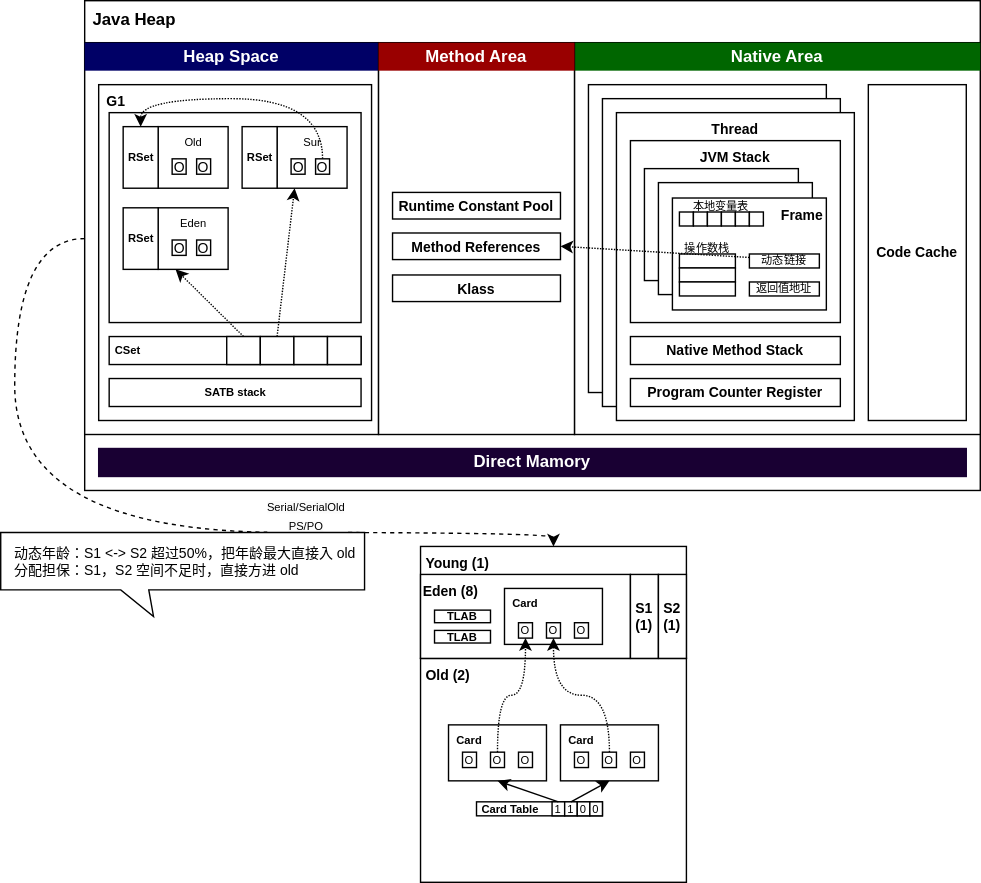
Above: Java/JVM/images/20-jvm_data_runtime-area.drawio.svg in jill-poon/mynote (draw.io), before the change. Source tidied: cells renumbered, new cells last; positions are measured from the earlier drawing's top-left corner, leaving out a move shared by most shapes.
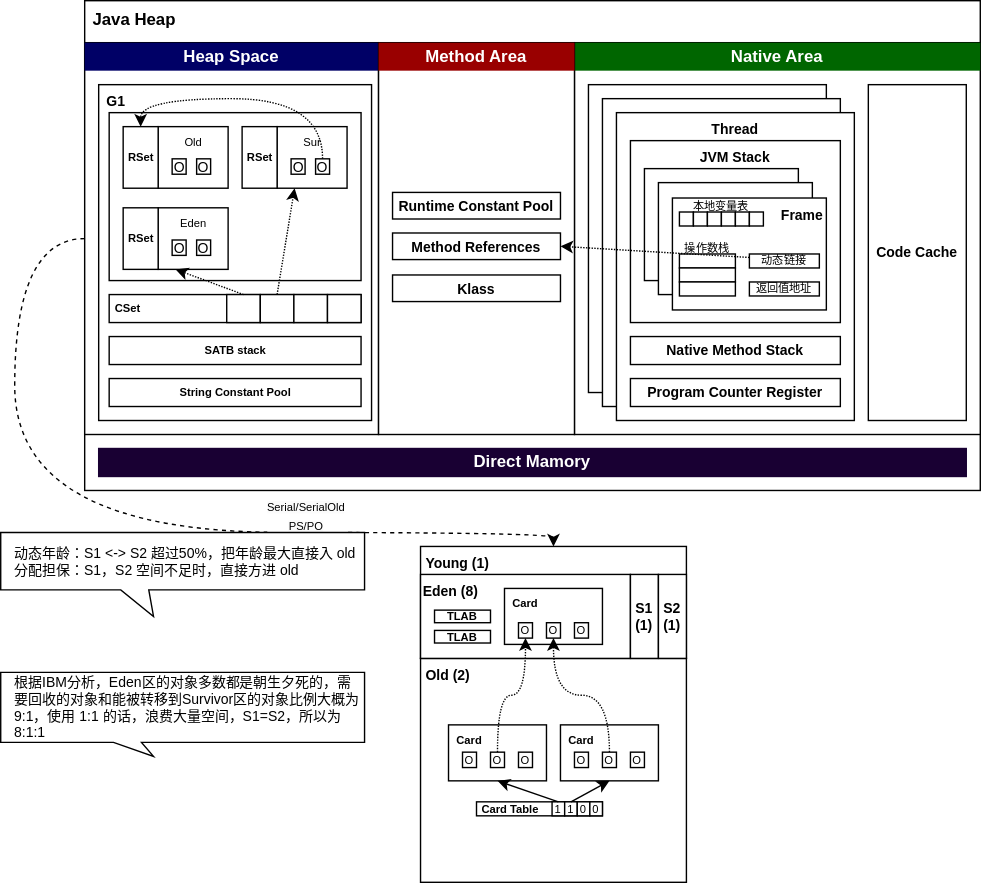
The same file after the commit.

What changed in the source:
```diff
@@ -240,13 +240,13 @@
       <mxGeometry width="195" height="240" as="geometry" />
     </mxCell>
     <mxCell id="79" style="rounded=0;whiteSpace=wrap;html=1;fontSize=10;fontColor=#000000;fillColor=#FFFFFF;" parent="77" vertex="1">
-      <mxGeometry x="7.5" y="20" width="180" height="150" as="geometry" />
+      <mxGeometry x="7.5" y="20" width="180" height="120" as="geometry" />
     </mxCell>
     <mxCell id="80" value="Old" style="rounded=0;whiteSpace=wrap;html=1;fontSize=8;fontColor=#000000;fillColor=#FFFFFF;verticalAlign=top;" parent="77" vertex="1">
       <mxGeometry x="42.5" y="30" width="50" height="44" as="geometry" />
     </mxCell>
     <mxCell id="81" style="group;" parent="77" vertex="1">
-      <mxGeometry x="7.5" y="180" width="180" height="20" as="geometry" />
+      <mxGeometry x="7.5" y="150" width="180" height="20" as="geometry" />
     </mxCell>
     <mxCell id="82" value="CSet" style="rounded=0;whiteSpace=wrap;html=1;fontSize=8;fontStyle=1;align=left;spacingLeft=2;" parent="81" vertex="1">
       <mxGeometry width="180" height="20" as="geometry" />
@@ -311,10 +311,16 @@
       <mxGeometry relative="1" as="geometry" />
     </mxCell>
     <mxCell id="101" value="SATB stack" style="rounded=0;whiteSpace=wrap;html=1;fontSize=8;fontColor=#000000;fillColor=#FFFFFF;fontStyle=1;" parent="77" vertex="1">
-      <mxGeometry x="7.5" y="210" width="180" height="20" as="geometry" />
+      <mxGeometry x="7.5" y="180" width="180" height="20" as="geometry" />
     </mxCell>
+    <mxCell id="103" value="String Constant Pool" style="rounded=0;whiteSpace=wrap;html=1;fontSize=8;fontColor=#000000;fillColor=#FFFFFF;fontStyle=1;" parent="77" vertex="1">
+      <mxGeometry x="7.5" y="210" width="180" height="20" as="geometry" />
+    </mxCell>
     <mxCell id="102" value="Direct Mamory" style="rounded=0;whiteSpace=wrap;html=1;fontSize=12;fontColor=#FFFFFF;fillColor=#190033;strokeColor=#190033;fontStyle=1;" parent="1" vertex="1">
       <mxGeometry x="70" y="320" width="620" height="20" as="geometry" />
     </mxCell>
+    <mxCell id="104" value="根据IBM分析，Eden区的对象多数都是朝生夕死的，需要回收的对象和能被转移到Survivor区的对象比例大概为 9:1，使用 1:1 的话，浪费大量空间，S1=S2，所以为 8:1:1" style="shape=callout;whiteSpace=wrap;html=1;perimeter=calloutPerimeter;fontSize=10;fontColor=#000000;fillColor=#FFFFFF;size=10;position=0.31;align=left;spacingLeft=8;position2=0.42;" parent="1" vertex="1">
+      <mxGeometry y="480" width="260" height="60" as="geometry" />
+    </mxCell>
   </root>
 </mxGraphModel>
```
